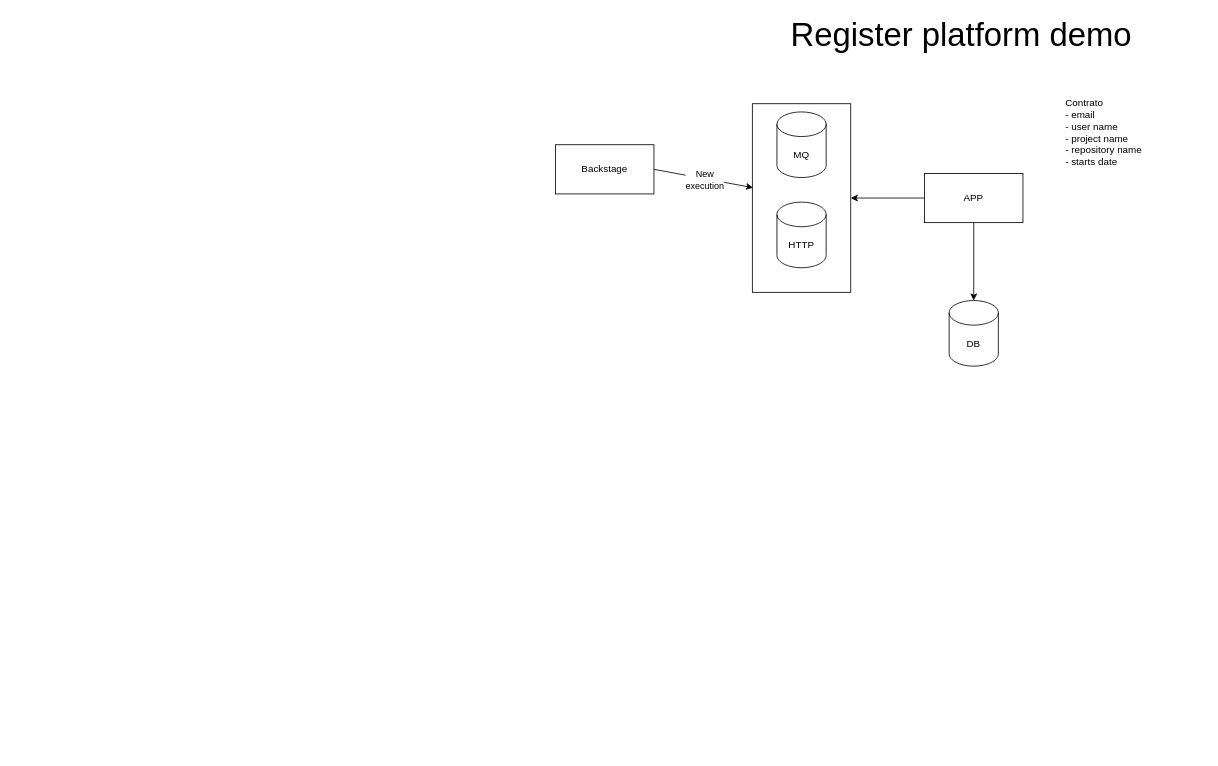
Above: page "Page-4" (4 of 4) of Platform Flow.drawio in synera-br/platform-demo (draw.io), before the change. Source tidied: cells renumbered, new cells numbered last; positions are measured from the earlier drawing's top-left corner, leaving out a move shared by most shapes. Both pictures are drawn from the tidied source at 82%, with x=0, y=0 at pixel (555, 21).
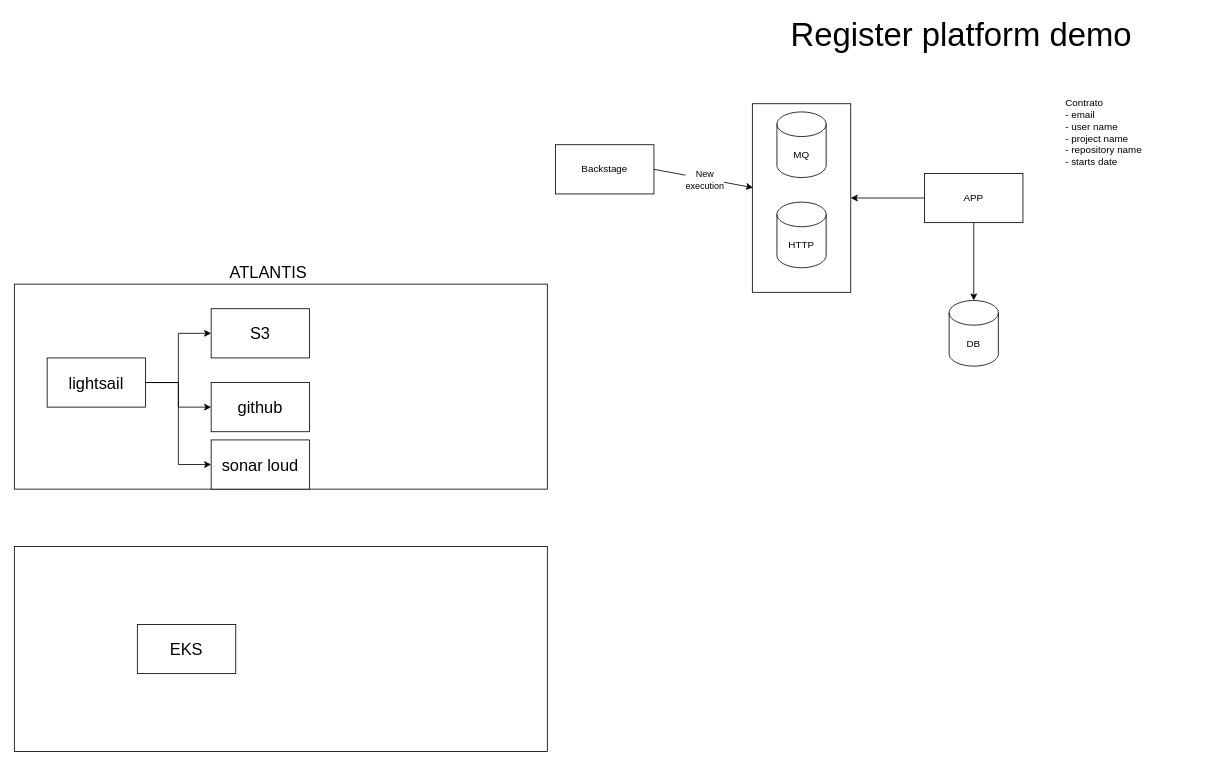
The same page after the edit.

What changed in the source:
```diff
@@
+    <mxCell id="14" style="rounded=0;whiteSpace=wrap;html=1;" parent="1" vertex="1">
+      <mxGeometry x="-660" y="320" width="650" height="250" as="geometry" />
+    </mxCell>
+    <mxCell id="15" style="edgeStyle=orthogonalEdgeStyle;rounded=0;jettySize=auto;html=1;" parent="1" edge="1" source="18" target="20">
+      <mxGeometry relative="1" as="geometry" />
+    </mxCell>
+    <mxCell id="16" style="edgeStyle=orthogonalEdgeStyle;rounded=0;jettySize=auto;html=1;" parent="1" edge="1" source="18" target="21">
+      <mxGeometry relative="1" as="geometry" />
+    </mxCell>
+    <mxCell id="17" style="edgeStyle=orthogonalEdgeStyle;rounded=0;jettySize=auto;html=1;entryX=0;entryY=0.5;entryDx=0;entryDy=0;" parent="1" edge="1" source="18" target="24">
+      <mxGeometry relative="1" as="geometry" />
+    </mxCell>
+    <mxCell id="18" value="lightsail" style="rounded=0;whiteSpace=wrap;html=1;fontSize=20;" parent="1" vertex="1">
+      <mxGeometry x="-620" y="410" width="120" height="60" as="geometry" />
+    </mxCell>
+    <mxCell id="19" value="&lt;font style=&quot;font-size: 20px;&quot;&gt;ATLANTIS&lt;/font&gt;" style="text;html=1;align=center;verticalAlign=middle;whiteSpace=wrap;rounded=0;" parent="1" vertex="1">
+      <mxGeometry x="-420" y="290" width="140" height="30" as="geometry" />
+    </mxCell>
+    <mxCell id="20" value="S3" style="rounded=0;whiteSpace=wrap;html=1;fontSize=20;" parent="1" vertex="1">
+      <mxGeometry x="-420" y="350" width="120" height="60" as="geometry" />
+    </mxCell>
+    <mxCell id="21" value="github" style="rounded=0;whiteSpace=wrap;html=1;fontSize=20;" parent="1" vertex="1">
+      <mxGeometry x="-420" y="440" width="120" height="60" as="geometry" />
+    </mxCell>
+    <mxCell id="22" style="rounded=0;whiteSpace=wrap;html=1;" parent="1" vertex="1">
+      <mxGeometry x="-660" y="640" width="650" height="250" as="geometry" />
+    </mxCell>
+    <mxCell id="23" value="EKS" style="rounded=0;whiteSpace=wrap;html=1;fontSize=20;" parent="1" vertex="1">
+      <mxGeometry x="-510" y="735" width="120" height="60" as="geometry" />
+    </mxCell>
+    <mxCell id="24" value="sonar loud" style="rounded=0;whiteSpace=wrap;html=1;fontSize=20;" parent="1" vertex="1">
+      <mxGeometry x="-420" y="510" width="120" height="60" as="geometry" />
+    </mxCell>
```
